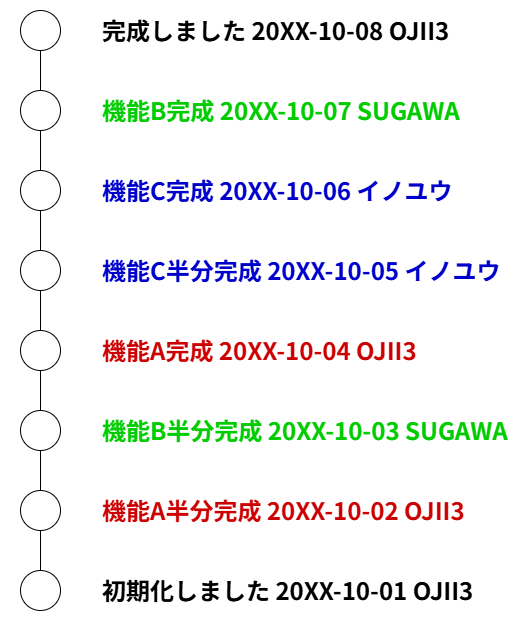
This is gitlec-step0-2025/img/badcommit.png from tuatmcc/GitLec, a draw.io export, as it was before one commit. Source tidied: cells renumbered, new cells last; positions are measured from the earlier drawing's top-left corner, leaving out a move shared by most shapes.
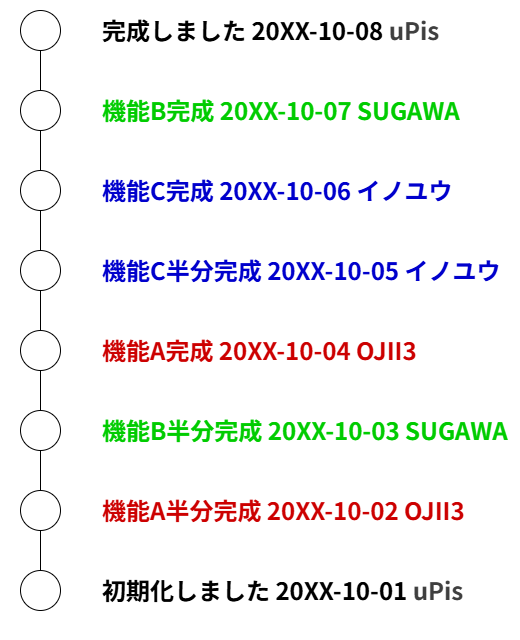
Above is the later version.

What changed in the source:
```diff
@@ -8,7 +8,7 @@
     <mxCell id="3" style="ellipse;whiteSpace=wrap;html=1;" parent="1" vertex="1">
       <mxGeometry x="20" y="570" width="40" height="40" as="geometry" />
     </mxCell>
-    <mxCell id="4" value="&lt;font face=&quot;Noto Sans JP&quot;&gt;&lt;span style=&quot;font-size: 24px;&quot;&gt;&lt;b&gt;初期化しました 20XX-10-01 OJII3&lt;/b&gt;&lt;/span&gt;&lt;/font&gt;" style="text;html=1;align=left;verticalAlign=middle;whiteSpace=wrap;rounded=0;" parent="1" vertex="1">
+    <mxCell id="4" value="&lt;font face=&quot;Noto Sans JP&quot;&gt;&lt;span style=&quot;font-size: 24px;&quot;&gt;&lt;b&gt;初期化しました 20XX-10-01&amp;nbsp;&lt;/b&gt;&lt;/span&gt;&lt;/font&gt;&lt;b style=&quot;color: rgb(63, 63, 63); scrollbar-color: rgb(226, 226, 226) rgb(251, 251, 251); font-family: &amp;quot;Noto Sans JP&amp;quot;; font-size: 24px;&quot;&gt;uPis&lt;/b&gt;" style="text;html=1;align=left;verticalAlign=middle;whiteSpace=wrap;rounded=0;" parent="1" vertex="1">
       <mxGeometry x="100" y="570" width="390" height="40" as="geometry" />
     </mxCell>
     <mxCell id="5" style="ellipse;whiteSpace=wrap;html=1;" parent="1" vertex="1">
@@ -62,7 +62,7 @@
     <mxCell id="21" style="endArrow=none;html=1;" parent="1" edge="1" source="18" target="20">
       <mxGeometry relative="1" as="geometry" />
     </mxCell>
-    <mxCell id="22" value="&lt;font face=&quot;Noto Sans JP&quot;&gt;&lt;span style=&quot;font-size: 24px;&quot;&gt;&lt;b&gt;完成しました 20XX-10-08 OJII3&lt;/b&gt;&lt;/span&gt;&lt;/font&gt;" style="text;html=1;align=left;verticalAlign=middle;whiteSpace=wrap;rounded=0;" parent="1" vertex="1">
+    <mxCell id="22" value="&lt;font face=&quot;Noto Sans JP&quot;&gt;&lt;span style=&quot;font-size: 24px;&quot;&gt;&lt;b&gt;完成しました 20XX-10-08&amp;nbsp;&lt;/b&gt;&lt;/span&gt;&lt;/font&gt;&lt;b style=&quot;color: rgb(63, 63, 63); scrollbar-color: rgb(226, 226, 226) rgb(251, 251, 251); font-family: &amp;quot;Noto Sans JP&amp;quot;; font-size: 24px;&quot;&gt;uPis&lt;/b&gt;" style="text;html=1;align=left;verticalAlign=middle;whiteSpace=wrap;rounded=0;" parent="1" vertex="1">
       <mxGeometry x="100" y="10" width="370" height="40" as="geometry" />
     </mxCell>
     <mxCell id="23" value="&lt;font style=&quot;color: rgb(204, 0, 0);&quot; face=&quot;Noto Sans JP&quot;&gt;&lt;span style=&quot;font-size: 24px;&quot;&gt;&lt;b style=&quot;&quot;&gt;機能A完成 20XX-10-04 OJII3&lt;/b&gt;&lt;/span&gt;&lt;/font&gt;" style="text;html=1;align=left;verticalAlign=middle;whiteSpace=wrap;rounded=0;fontColor=#FF9999;" parent="1" vertex="1">
```
